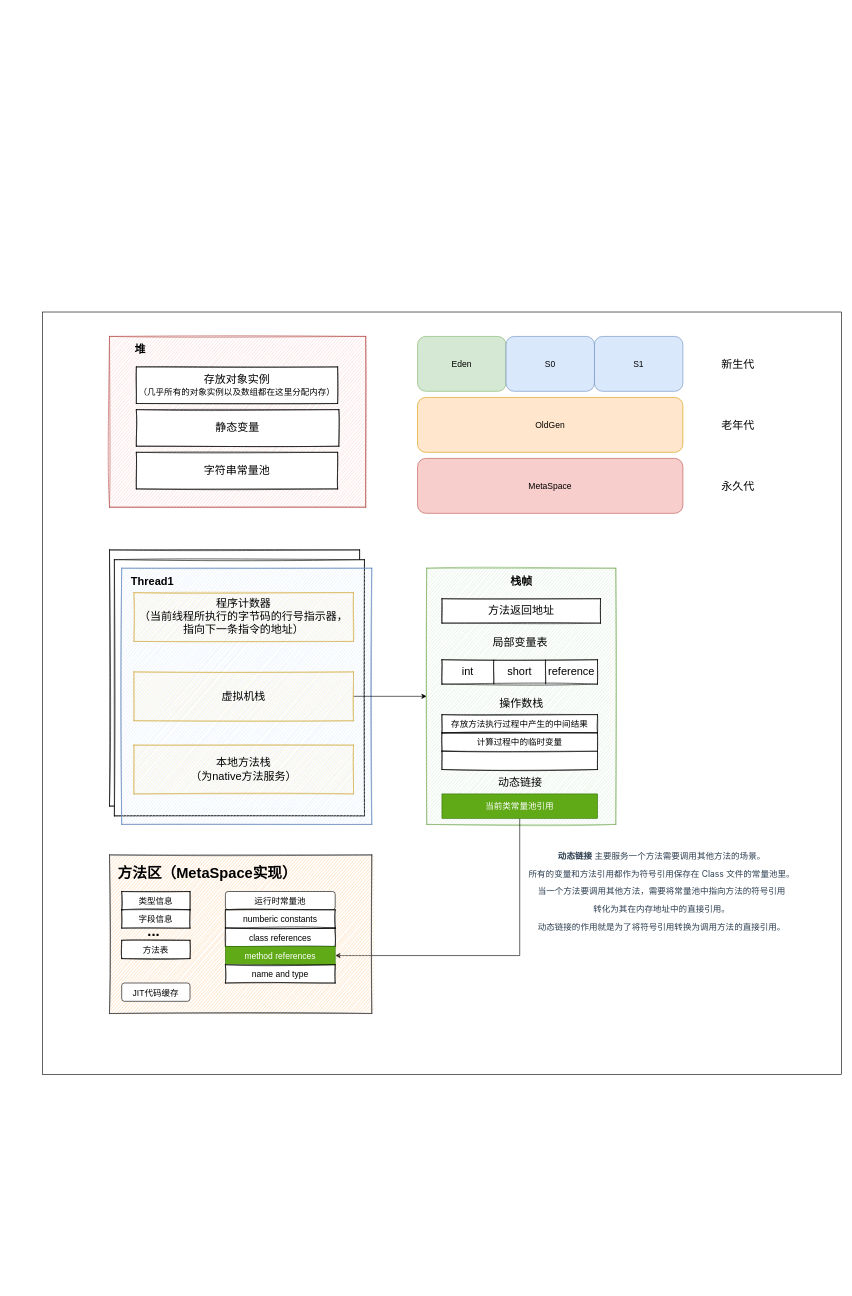
The draw.io diagram 未命名绘图.drawio in ChesterXi/drawio, before the edit. Source tidied: cells renumbered, new cells numbered last; positions are measured from the earlier drawing's top-left corner, leaving out a move shared by most shapes. Both pictures are drawn from the tidied source at 61%, with x=0, y=0 at pixel (42, 312).
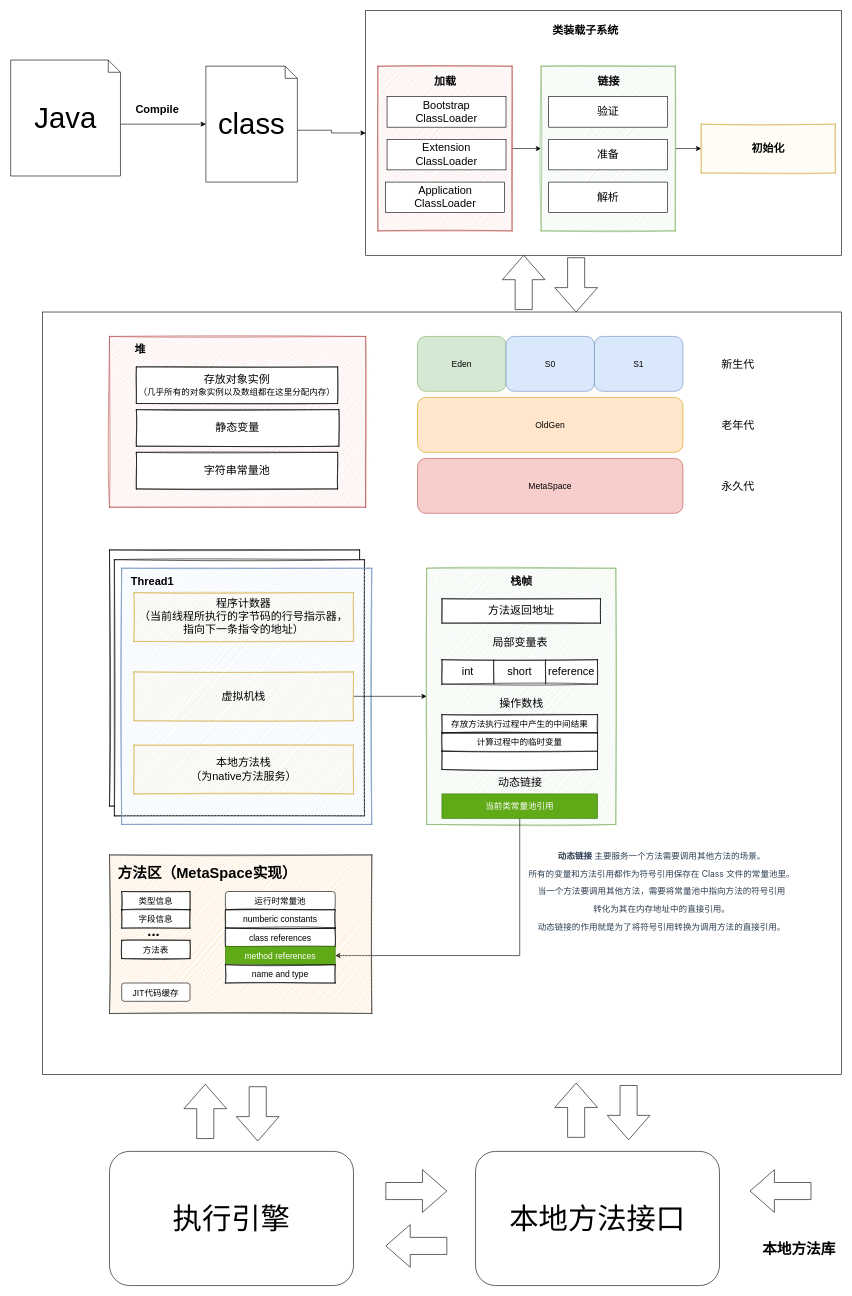
After the change.

Diff of the diagram source:
```diff
@@
+    <mxCell id="53" style="edgeStyle=orthogonalEdgeStyle;rounded=0;jettySize=auto;html=1;exitX=0;exitY=0;exitDx=180;exitDy=105;exitPerimeter=0;fontSize=48;" parent="1" edge="1" source="54" target="56">
+      <mxGeometry relative="1" as="geometry" />
+    </mxCell>
+    <mxCell id="54" value="&lt;font style=&quot;font-size: 48px;&quot;&gt;Java&lt;/font&gt;" style="shape=note;size=20;whiteSpace=wrap;html=1;rounded=1;shadow=0;glass=0;sketch=0;fontSize=14;" parent="1" vertex="1">
+      <mxGeometry x="-52" y="-413" width="180" height="190" as="geometry" />
+    </mxCell>
+    <mxCell id="55" style="edgeStyle=orthogonalEdgeStyle;rounded=0;jettySize=auto;html=1;exitX=0;exitY=0;exitDx=150;exitDy=105;exitPerimeter=0;fontSize=48;" parent="1" edge="1" source="56" target="58">
+      <mxGeometry relative="1" as="geometry" />
+    </mxCell>
+    <mxCell id="56" value="&lt;font style=&quot;font-size: 48px;&quot;&gt;class&lt;/font&gt;" style="shape=note;size=20;whiteSpace=wrap;html=1;rounded=1;shadow=0;glass=0;sketch=0;fontSize=14;" parent="1" vertex="1">
+      <mxGeometry x="268" y="-403" width="150" height="190" as="geometry" />
+    </mxCell>
+    <mxCell id="57" value="&lt;span style=&quot;font-size: 18px;&quot;&gt;Compile&lt;/span&gt;" style="text;strokeColor=none;fillColor=none;html=1;fontSize=24;fontStyle=1;verticalAlign=middle;align=center;shadow=0;sketch=1;" parent="1" vertex="1">
+      <mxGeometry x="138" y="-353" width="100" height="40" as="geometry" />
+    </mxCell>
+    <mxCell id="58" style="rounded=0;whiteSpace=wrap;html=1;" parent="1" vertex="1">
+      <mxGeometry x="530" y="-494" width="780" height="401" as="geometry" />
+    </mxCell>
+    <mxCell id="59" value="&lt;span style=&quot;font-size: 18px;&quot;&gt;类装载子系统&lt;/span&gt;" style="text;strokeColor=none;fillColor=none;html=1;fontSize=24;fontStyle=1;verticalAlign=middle;align=center;shadow=0;sketch=1;" parent="1" vertex="1">
+      <mxGeometry x="780" y="-483" width="220" height="40" as="geometry" />
+    </mxCell>
+    <mxCell id="60" style="edgeStyle=orthogonalEdgeStyle;rounded=0;jettySize=auto;html=1;exitX=1;exitY=0.5;exitDx=0;exitDy=0;entryX=0;entryY=0.5;entryDx=0;entryDy=0;fontSize=18;" parent="1" edge="1" source="61" target="67">
+      <mxGeometry relative="1" as="geometry" />
+    </mxCell>
+    <mxCell id="61" style="rounded=0;whiteSpace=wrap;html=1;shadow=0;sketch=1;fontSize=14;fillColor=#f8cecc;strokeColor=#b85450;" parent="1" vertex="1">
+      <mxGeometry x="550" y="-403" width="220" height="270" as="geometry" />
+    </mxCell>
+    <mxCell id="62" value="&lt;font style=&quot;font-size: 18px;&quot;&gt;&lt;b&gt;加载&lt;/b&gt;&lt;/font&gt;" style="text;html=1;align=center;verticalAlign=middle;fillColor=none;strokeColor=none;rounded=0;shadow=0;glass=0;sketch=0;fontSize=48;" parent="1" vertex="1">
+      <mxGeometry x="630" y="-423" width="60" height="70" as="geometry" />
+    </mxCell>
+    <mxCell id="63" value="Bootstrap&lt;br&gt;ClassLoader" style="rounded=0;whiteSpace=wrap;html=1;shadow=0;glass=0;sketch=0;fontSize=18;" parent="1" vertex="1">
+      <mxGeometry x="565" y="-353" width="195" height="50" as="geometry" />
+    </mxCell>
+    <mxCell id="64" value="Extension&lt;br&gt;ClassLoader" style="rounded=0;whiteSpace=wrap;html=1;shadow=0;glass=0;sketch=0;fontSize=18;" parent="1" vertex="1">
+      <mxGeometry x="565" y="-283" width="195" height="50" as="geometry" />
+    </mxCell>
+    <mxCell id="65" value="Application&lt;br&gt;ClassLoader" style="rounded=0;whiteSpace=wrap;html=1;shadow=0;glass=0;sketch=0;fontSize=18;" parent="1" vertex="1">
+      <mxGeometry x="562.5" y="-213" width="195" height="50" as="geometry" />
+    </mxCell>
+    <mxCell id="66" style="edgeStyle=orthogonalEdgeStyle;rounded=0;jettySize=auto;html=1;exitX=1;exitY=0.5;exitDx=0;exitDy=0;fontSize=18;" parent="1" edge="1" source="67" target="72">
+      <mxGeometry relative="1" as="geometry" />
+    </mxCell>
+    <mxCell id="67" style="rounded=0;whiteSpace=wrap;html=1;shadow=0;sketch=1;fontSize=14;fillColor=#d5e8d4;strokeColor=#82b366;" parent="1" vertex="1">
+      <mxGeometry x="817.5" y="-403" width="220" height="270" as="geometry" />
+    </mxCell>
+    <mxCell id="68" value="&lt;font style=&quot;font-size: 18px;&quot;&gt;&lt;b&gt;链接&lt;/b&gt;&lt;/font&gt;" style="text;html=1;align=center;verticalAlign=middle;fillColor=none;strokeColor=none;rounded=0;shadow=0;glass=0;sketch=0;fontSize=48;" parent="1" vertex="1">
+      <mxGeometry x="897.5" y="-423" width="60" height="70" as="geometry" />
+    </mxCell>
+    <mxCell id="69" value="验证" style="rounded=0;whiteSpace=wrap;html=1;shadow=0;glass=0;sketch=0;fontSize=18;" parent="1" vertex="1">
+      <mxGeometry x="830" y="-353" width="195" height="50" as="geometry" />
+    </mxCell>
+    <mxCell id="70" value="准备" style="rounded=0;whiteSpace=wrap;html=1;shadow=0;glass=0;sketch=0;fontSize=18;" parent="1" vertex="1">
+      <mxGeometry x="830" y="-283" width="195" height="50" as="geometry" />
+    </mxCell>
+    <mxCell id="71" value="解析" style="rounded=0;whiteSpace=wrap;html=1;shadow=0;glass=0;sketch=0;fontSize=18;" parent="1" vertex="1">
+      <mxGeometry x="830" y="-213" width="195" height="50" as="geometry" />
+    </mxCell>
+    <mxCell id="72" value="&lt;font style=&quot;font-size: 18px;&quot;&gt;&lt;b&gt;初始化&lt;/b&gt;&lt;/font&gt;" style="rounded=0;whiteSpace=wrap;html=1;shadow=0;sketch=1;fontSize=14;fillColor=#fff2cc;strokeColor=#d6b656;" parent="1" vertex="1">
+      <mxGeometry x="1080" y="-308" width="220" height="80" as="geometry" />
+    </mxCell>
+    <mxCell id="73" style="html=1;shadow=0;dashed=0;align=center;verticalAlign=middle;shape=mxgraph.arrows2.arrow;dy=0.6;dx=40;direction=north;notch=0;rounded=1;glass=0;sketch=0;fontSize=18;" parent="1" vertex="1">
+      <mxGeometry x="754" y="-93" width="70" height="89" as="geometry" />
+    </mxCell>
+    <mxCell id="74" style="html=1;shadow=0;dashed=0;align=center;verticalAlign=middle;shape=mxgraph.arrows2.arrow;dy=0.6;dx=40;direction=north;notch=0;rounded=1;glass=0;sketch=0;fontSize=18;rotation=-180;" parent="1" vertex="1">
+      <mxGeometry x="840" y="-89" width="70" height="89" as="geometry" />
+    </mxCell>
+    <mxCell id="75" style="html=1;shadow=0;dashed=0;align=center;verticalAlign=middle;shape=mxgraph.arrows2.arrow;dy=0.6;dx=40;direction=north;notch=0;rounded=1;glass=0;sketch=0;fontSize=18;" parent="1" vertex="1">
+      <mxGeometry x="232" y="1266" width="70" height="89" as="geometry" />
+    </mxCell>
+    <mxCell id="76" style="html=1;shadow=0;dashed=0;align=center;verticalAlign=middle;shape=mxgraph.arrows2.arrow;dy=0.6;dx=40;direction=north;notch=0;rounded=1;glass=0;sketch=0;fontSize=18;rotation=-180;" parent="1" vertex="1">
+      <mxGeometry x="318" y="1270" width="70" height="89" as="geometry" />
+    </mxCell>
+    <mxCell id="77" value="&lt;font style=&quot;font-size: 48px;&quot;&gt;执行引擎&lt;/font&gt;" style="rounded=1;whiteSpace=wrap;html=1;shadow=0;glass=0;sketch=0;fontSize=18;" parent="1" vertex="1">
+      <mxGeometry x="110" y="1376" width="400" height="220" as="geometry" />
+    </mxCell>
+    <mxCell id="78" value="&lt;font style=&quot;font-size: 48px;&quot;&gt;本地方法接口&lt;/font&gt;" style="rounded=1;whiteSpace=wrap;html=1;shadow=0;glass=0;sketch=0;fontSize=18;" parent="1" vertex="1">
+      <mxGeometry x="710" y="1376" width="400" height="220" as="geometry" />
+    </mxCell>
+    <mxCell id="79" style="html=1;shadow=0;dashed=0;align=center;verticalAlign=middle;shape=mxgraph.arrows2.arrow;dy=0.6;dx=40;direction=north;notch=0;rounded=1;glass=0;sketch=0;fontSize=18;" parent="1" vertex="1">
+      <mxGeometry x="840" y="1264" width="70" height="89" as="geometry" />
+    </mxCell>
+    <mxCell id="80" style="html=1;shadow=0;dashed=0;align=center;verticalAlign=middle;shape=mxgraph.arrows2.arrow;dy=0.6;dx=40;direction=north;notch=0;rounded=1;glass=0;sketch=0;fontSize=18;rotation=-180;" parent="1" vertex="1">
+      <mxGeometry x="926" y="1268" width="70" height="89" as="geometry" />
+    </mxCell>
+    <mxCell id="81" style="html=1;shadow=0;dashed=0;align=center;verticalAlign=middle;shape=mxgraph.arrows2.arrow;dy=0.6;dx=40;notch=0;rounded=1;glass=0;sketch=0;fontSize=48;" parent="1" vertex="1">
+      <mxGeometry x="563" y="1406" width="100" height="70" as="geometry" />
+    </mxCell>
+    <mxCell id="82" style="html=1;shadow=0;dashed=0;align=center;verticalAlign=middle;shape=mxgraph.arrows2.arrow;dy=0.6;dx=40;flipH=1;notch=0;rounded=1;glass=0;sketch=0;fontSize=48;" parent="1" vertex="1">
+      <mxGeometry x="563" y="1496" width="100" height="70" as="geometry" />
+    </mxCell>
+    <mxCell id="83" style="html=1;shadow=0;dashed=0;align=center;verticalAlign=middle;shape=mxgraph.arrows2.arrow;dy=0.6;dx=40;flipH=1;notch=0;rounded=1;glass=0;sketch=0;fontSize=48;" parent="1" vertex="1">
+      <mxGeometry x="1160" y="1406" width="100" height="70" as="geometry" />
+    </mxCell>
+    <mxCell id="84" value="本地方法库" style="text;strokeColor=none;fillColor=none;html=1;fontSize=24;fontStyle=1;verticalAlign=middle;align=center;rounded=1;shadow=0;glass=0;sketch=0;" parent="1" vertex="1">
+      <mxGeometry x="1190" y="1516" width="100" height="40" as="geometry" />
+    </mxCell>
```
